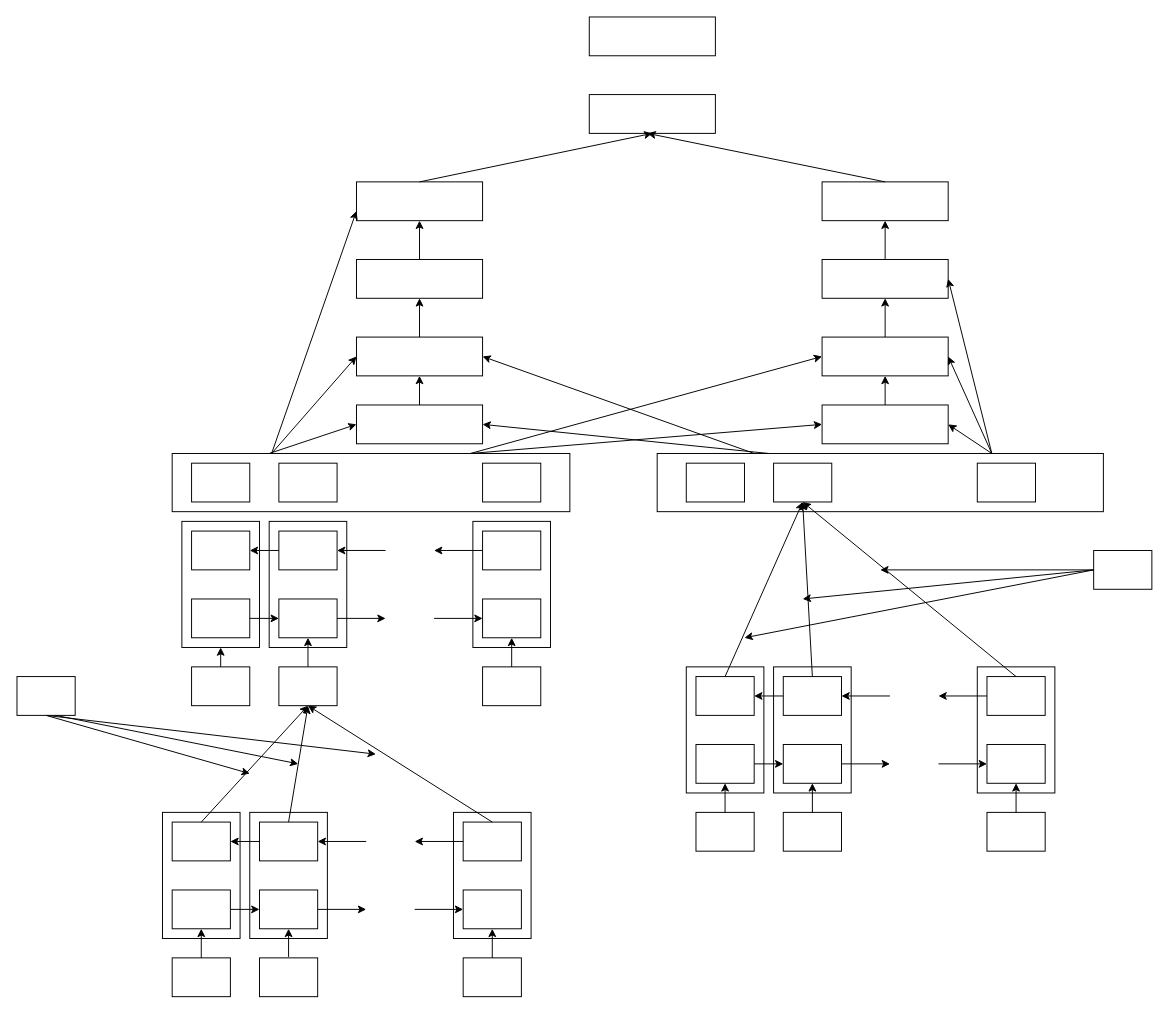
The draw.io diagram Untitled Diagram.drawio in Rwear/clean_data, before the edit. Source tidied: cells renumbered, new cells numbered last; positions are measured from the earlier drawing's top-left corner, leaving out a move shared by most shapes. Both pictures are drawn from the tidied source at 97%, with x=0, y=0 at pixel (16, 16).
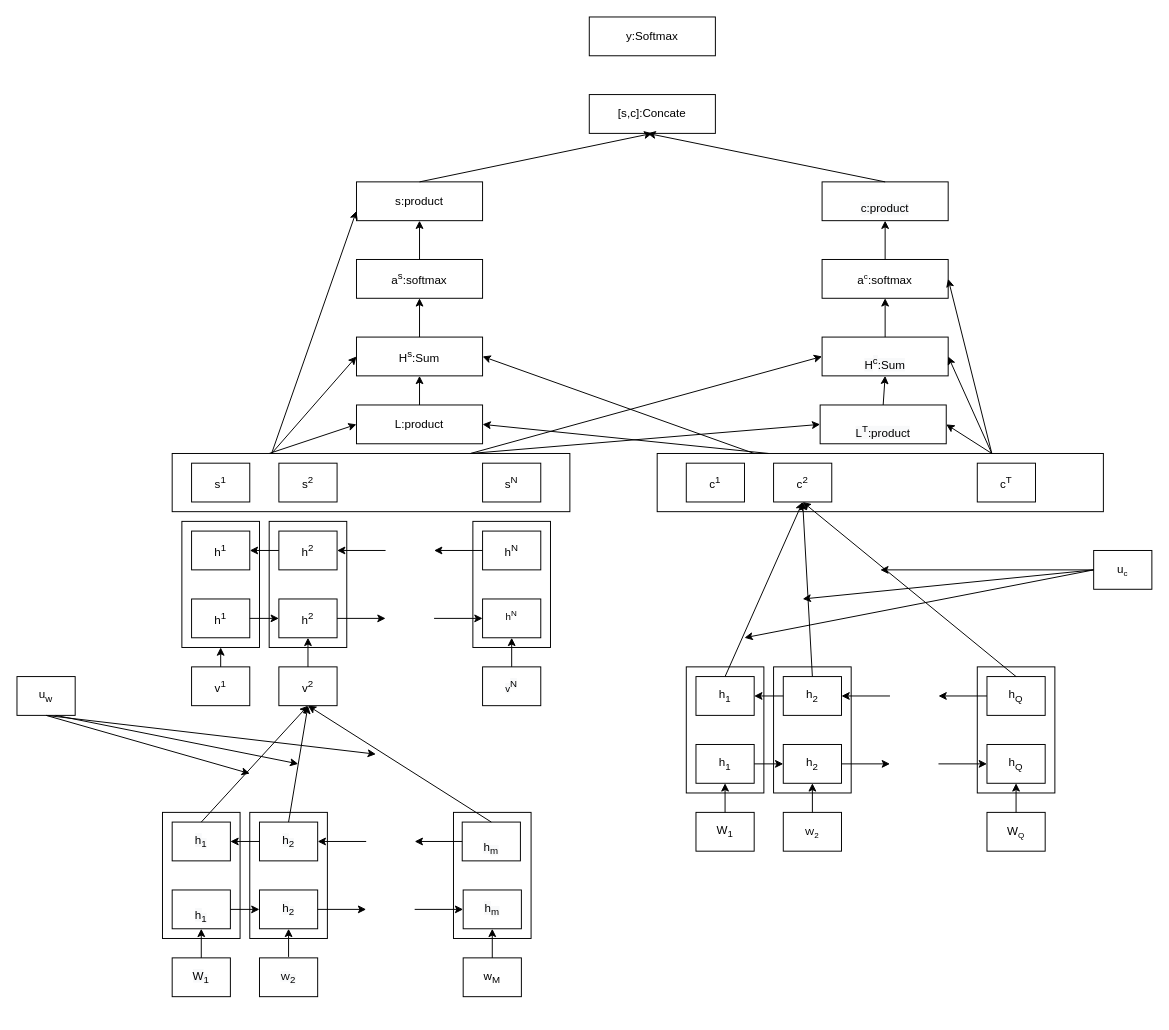
Above is the later version.

Diff of the diagram source:
```diff
@@
-    <mxCell id="7" style="rounded=0;whiteSpace=wrap;html=1;" parent="1" vertex="1">
+    <mxCell id="7" value="y:Softmax" style="rounded=0;whiteSpace=wrap;html=1;" parent="1" vertex="1">
       <mxGeometry x="590" width="130" height="40" as="geometry" />
     </mxCell>
-    <mxCell id="8" style="rounded=0;whiteSpace=wrap;html=1;" parent="1" vertex="1">
+    <mxCell id="8" value="[s,c]:Concate" style="rounded=0;whiteSpace=wrap;html=1;" parent="1" vertex="1">
       <mxGeometry x="590" y="80" width="130" height="40" as="geometry" />
     </mxCell>
-    <mxCell id="9" style="rounded=0;whiteSpace=wrap;html=1;" parent="1" vertex="1">
+    <mxCell id="9" value="s:product" style="rounded=0;whiteSpace=wrap;html=1;" parent="1" vertex="1">
       <mxGeometry x="350" y="170" width="130" height="40" as="geometry" />
     </mxCell>
@@
-    <mxCell id="11" style="rounded=0;whiteSpace=wrap;html=1;" parent="1" vertex="1">
+    <mxCell id="11" value="a&lt;sup&gt;s&lt;/sup&gt;:softmax" style="rounded=0;whiteSpace=wrap;html=1;" parent="1" vertex="1">
       <mxGeometry x="350" y="250" width="130" height="40" as="geometry" />
     </mxCell>
-    <mxCell id="12" style="rounded=0;whiteSpace=wrap;html=1;" parent="1" vertex="1">
+    <mxCell id="12" value="H&lt;sup&gt;s&lt;/sup&gt;:Sum" style="rounded=0;whiteSpace=wrap;html=1;" parent="1" vertex="1">
       <mxGeometry x="350" y="330" width="130" height="40" as="geometry" />
     </mxCell>
-    <mxCell id="13" style="rounded=0;whiteSpace=wrap;html=1;" parent="1" vertex="1">
+    <mxCell id="13" value="L:product" style="rounded=0;whiteSpace=wrap;html=1;" parent="1" vertex="1">
       <mxGeometry x="350" y="400" width="130" height="40" as="geometry" />
     </mxCell>
-    <mxCell id="14" style="rounded=0;whiteSpace=wrap;html=1;" parent="1" vertex="1">
+    <mxCell id="14" value="&lt;br&gt;&lt;span style=&quot;color: rgb(0 , 0 , 0) ; font-family: &amp;#34;helvetica&amp;#34; ; font-size: 12px ; font-style: normal ; font-weight: 400 ; letter-spacing: normal ; text-align: center ; text-indent: 0px ; text-transform: none ; word-spacing: 0px ; background-color: rgb(248 , 249 , 250) ; display: inline ; float: none&quot;&gt;c:product&lt;/span&gt;&lt;br&gt;" style="rounded=0;whiteSpace=wrap;html=1;" parent="1" vertex="1">
       <mxGeometry x="830" y="170" width="130" height="40" as="geometry" />
     </mxCell>
-    <mxCell id="15" style="rounded=0;whiteSpace=wrap;html=1;" parent="1" vertex="1">
+    <mxCell id="15" value="a&lt;span style=&quot;font-size: 10px&quot;&gt;&lt;sup&gt;c&lt;/sup&gt;&lt;/span&gt;:softmax" style="rounded=0;whiteSpace=wrap;html=1;" parent="1" vertex="1">
       <mxGeometry x="830" y="250" width="130" height="40" as="geometry" />
     </mxCell>
-    <mxCell id="16" style="rounded=0;whiteSpace=wrap;html=1;" parent="1" vertex="1">
+    <mxCell id="16" value="&lt;br&gt;&lt;span style=&quot;color: rgb(0 , 0 , 0) ; font-family: &amp;#34;helvetica&amp;#34; ; font-size: 12px ; font-style: normal ; font-weight: 400 ; letter-spacing: normal ; text-align: center ; text-indent: 0px ; text-transform: none ; word-spacing: 0px ; background-color: rgb(248 , 249 , 250) ; display: inline ; float: none&quot;&gt;H&lt;/span&gt;&lt;sup style=&quot;color: rgb(0 , 0 , 0) ; font-family: &amp;#34;helvetica&amp;#34; ; font-style: normal ; font-weight: 400 ; letter-spacing: normal ; text-align: center ; text-indent: 0px ; text-transform: none ; word-spacing: 0px ; background-color: rgb(248 , 249 , 250)&quot;&gt;c&lt;/sup&gt;&lt;span style=&quot;color: rgb(0 , 0 , 0) ; font-family: &amp;#34;helvetica&amp;#34; ; font-size: 12px ; font-style: normal ; font-weight: 400 ; letter-spacing: normal ; text-align: center ; text-indent: 0px ; text-transform: none ; word-spacing: 0px ; background-color: rgb(248 , 249 , 250) ; display: inline ; float: none&quot;&gt;:Sum&lt;/span&gt;&lt;br&gt;" style="rounded=0;whiteSpace=wrap;html=1;" parent="1" vertex="1">
       <mxGeometry x="830" y="330" width="130" height="40" as="geometry" />
     </mxCell>
-    <mxCell id="17" style="rounded=0;whiteSpace=wrap;html=1;" parent="1" vertex="1">
-      <mxGeometry x="830" y="400" width="130" height="40" as="geometry" />
+    <mxCell id="17" value="&lt;br&gt;&lt;span style=&quot;color: rgb(0 , 0 , 0) ; font-family: &amp;#34;helvetica&amp;#34; ; font-size: 12px ; font-style: normal ; font-weight: 400 ; letter-spacing: normal ; text-align: center ; text-indent: 0px ; text-transform: none ; word-spacing: 0px ; background-color: rgb(248 , 249 , 250) ; display: inline ; float: none&quot;&gt;L&lt;sup&gt;T&lt;/sup&gt;:product&lt;/span&gt;&lt;br&gt;" style="rounded=0;whiteSpace=wrap;html=1;" parent="1" vertex="1">
+      <mxGeometry x="828" y="400" width="130" height="40" as="geometry" />
     </mxCell>
@@
-    <mxCell id="19" style="rounded=0;whiteSpace=wrap;html=1;" parent="1" vertex="1">
+    <mxCell id="19" value="s&lt;sup&gt;1&lt;/sup&gt;" style="rounded=0;whiteSpace=wrap;html=1;" parent="1" vertex="1">
       <mxGeometry x="180" y="460" width="60" height="40" as="geometry" />
     </mxCell>
-    <mxCell id="20" style="rounded=0;whiteSpace=wrap;html=1;" parent="1" vertex="1">
+    <mxCell id="20" value="s&lt;sup&gt;2&lt;/sup&gt;" style="rounded=0;whiteSpace=wrap;html=1;" parent="1" vertex="1">
       <mxGeometry x="270" y="460" width="60" height="40" as="geometry" />
     </mxCell>
-    <mxCell id="21" style="rounded=0;whiteSpace=wrap;html=1;" parent="1" vertex="1">
+    <mxCell id="21" value="s&lt;sup&gt;N&lt;/sup&gt;" style="rounded=0;whiteSpace=wrap;html=1;" parent="1" vertex="1">
       <mxGeometry x="480" y="460" width="60" height="40" as="geometry" />
     </mxCell>
-    <mxCell id="22" style="rounded=0;whiteSpace=wrap;html=1;" parent="1" vertex="1">
+    <mxCell id="22" value="h&lt;sup&gt;1&lt;/sup&gt;" style="rounded=0;whiteSpace=wrap;html=1;" parent="1" vertex="1">
       <mxGeometry x="180" y="530" width="60" height="40" as="geometry" />
     </mxCell>
-    <mxCell id="23" style="rounded=0;whiteSpace=wrap;html=1;" parent="1" vertex="1">
+    <mxCell id="23" value="h&lt;sup&gt;2&lt;/sup&gt;" style="rounded=0;whiteSpace=wrap;html=1;" parent="1" vertex="1">
       <mxGeometry x="270" y="530" width="60" height="40" as="geometry" />
     </mxCell>
-    <mxCell id="24" style="rounded=0;whiteSpace=wrap;html=1;" parent="1" vertex="1">
+    <mxCell id="24" value="h&lt;sup&gt;N&lt;/sup&gt;" style="rounded=0;whiteSpace=wrap;html=1;" parent="1" vertex="1">
       <mxGeometry x="480" y="530" width="60" height="40" as="geometry" />
     </mxCell>
-    <mxCell id="25" style="rounded=0;whiteSpace=wrap;html=1;" parent="1" vertex="1">
+    <mxCell id="25" value="h&lt;sup&gt;1&lt;/sup&gt;" style="rounded=0;whiteSpace=wrap;html=1;" parent="1" vertex="1">
       <mxGeometry x="180" y="600" width="60" height="40" as="geometry" />
     </mxCell>
-    <mxCell id="26" style="rounded=0;whiteSpace=wrap;html=1;" parent="1" vertex="1">
+    <mxCell id="26" value="h&lt;sup&gt;2&lt;/sup&gt;" style="rounded=0;whiteSpace=wrap;html=1;" parent="1" vertex="1">
       <mxGeometry x="270" y="600" width="60" height="40" as="geometry" />
     </mxCell>
-    <mxCell id="27" style="rounded=0;whiteSpace=wrap;html=1;" parent="1" vertex="1">
+    <mxCell id="27" value="&lt;sup&gt;&lt;span style=&quot;font-size: 10px&quot;&gt;h&lt;sup&gt;N&lt;/sup&gt;&lt;/span&gt;&lt;/sup&gt;" style="rounded=0;whiteSpace=wrap;html=1;" parent="1" vertex="1">
       <mxGeometry x="480" y="600" width="60" height="40" as="geometry" />
     </mxCell>
-    <mxCell id="28" style="rounded=0;whiteSpace=wrap;html=1;" parent="1" vertex="1">
+    <mxCell id="28" value="v&lt;sup&gt;1&lt;/sup&gt;" style="rounded=0;whiteSpace=wrap;html=1;" parent="1" vertex="1">
       <mxGeometry x="180" y="670" width="60" height="40" as="geometry" />
     </mxCell>
-    <mxCell id="29" style="rounded=0;whiteSpace=wrap;html=1;" parent="1" vertex="1">
+    <mxCell id="29" value="v&lt;sup&gt;2&lt;/sup&gt;" style="rounded=0;whiteSpace=wrap;html=1;" parent="1" vertex="1">
       <mxGeometry x="270" y="670" width="60" height="40" as="geometry" />
     </mxCell>
-    <mxCell id="30" style="rounded=0;whiteSpace=wrap;html=1;" parent="1" vertex="1">
+    <mxCell id="30" value="&#10;&#10;&lt;span style=&quot;color: rgb(0, 0, 0); font-family: helvetica; font-size: 10px; font-style: normal; font-weight: 400; letter-spacing: normal; text-align: center; text-indent: 0px; text-transform: none; word-spacing: 0px; background-color: rgb(248, 249, 250); display: inline; float: none;&quot;&gt;v&lt;/span&gt;&lt;sup style=&quot;color: rgb(0, 0, 0); font-family: helvetica; font-style: normal; font-weight: 400; letter-spacing: normal; text-align: center; text-indent: 0px; text-transform: none; word-spacing: 0px; background-color: rgb(248, 249, 250);&quot;&gt;N&lt;/sup&gt;&#10;&#10;" style="rounded=0;whiteSpace=wrap;html=1;" parent="1" vertex="1">
       <mxGeometry x="480" y="670" width="60" height="40" as="geometry" />
     </mxCell>
-    <mxCell id="31" style="rounded=0;whiteSpace=wrap;html=1;" parent="1" vertex="1">
+    <mxCell id="31" value="c&lt;sup&gt;1&lt;/sup&gt;" style="rounded=0;whiteSpace=wrap;html=1;" parent="1" vertex="1">
       <mxGeometry x="690" y="460" width="60" height="40" as="geometry" />
     </mxCell>
-    <mxCell id="32" style="rounded=0;whiteSpace=wrap;html=1;" parent="1" vertex="1">
+    <mxCell id="32" value="c&lt;sup&gt;2&lt;/sup&gt;" style="rounded=0;whiteSpace=wrap;html=1;" parent="1" vertex="1">
       <mxGeometry x="780" y="460" width="60" height="40" as="geometry" />
     </mxCell>
-    <mxCell id="33" style="rounded=0;whiteSpace=wrap;html=1;" parent="1" vertex="1">
+    <mxCell id="33" value="c&lt;sup&gt;T&lt;/sup&gt;" style="rounded=0;whiteSpace=wrap;html=1;" parent="1" vertex="1">
       <mxGeometry x="990" y="460" width="60" height="40" as="geometry" />
     </mxCell>
-    <mxCell id="34" style="rounded=0;whiteSpace=wrap;html=1;" parent="1" vertex="1">
+    <mxCell id="34" value="u&lt;span style=&quot;font-size: 10px&quot;&gt;&lt;sub&gt;c&lt;/sub&gt;&lt;/span&gt;" style="rounded=0;whiteSpace=wrap;html=1;" parent="1" vertex="1">
       <mxGeometry x="1110" y="550" width="60" height="40" as="geometry" />
     </mxCell>
-    <mxCell id="35" style="rounded=0;whiteSpace=wrap;html=1;" parent="1" vertex="1">
+    <mxCell id="35" value="u&lt;sub&gt;w&lt;/sub&gt;" style="rounded=0;whiteSpace=wrap;html=1;" parent="1" vertex="1">
       <mxGeometry y="680" width="60" height="40" as="geometry" />
     </mxCell>
@@
-    <mxCell id="61" style="rounded=0;whiteSpace=wrap;html=1;" parent="1" vertex="1">
+    <mxCell id="61" value="&#10;&#10;&lt;span style=&quot;color: rgb(0, 0, 0); font-family: helvetica; font-size: 12px; font-style: normal; font-weight: 400; letter-spacing: normal; text-align: center; text-indent: 0px; text-transform: none; word-spacing: 0px; background-color: rgb(248, 249, 250); display: inline; float: none;&quot;&gt;h&lt;/span&gt;&lt;sub style=&quot;color: rgb(0, 0, 0); font-family: helvetica; font-style: normal; font-weight: 400; letter-spacing: normal; text-align: center; text-indent: 0px; text-transform: none; word-spacing: 0px; background-color: rgb(248, 249, 250);&quot;&gt;1&lt;/sub&gt;&#10;&#10;" style="rounded=0;whiteSpace=wrap;html=1;" parent="1" vertex="1">
       <mxGeometry x="160" y="830" width="60" height="40" as="geometry" />
     </mxCell>
-    <mxCell id="62" style="rounded=0;whiteSpace=wrap;html=1;" parent="1" vertex="1">
+    <mxCell id="62" value="&#10;&#10;&lt;span style=&quot;color: rgb(0, 0, 0); font-family: helvetica; font-size: 12px; font-style: normal; font-weight: 400; letter-spacing: normal; text-align: center; text-indent: 0px; text-transform: none; word-spacing: 0px; background-color: rgb(248, 249, 250); display: inline; float: none;&quot;&gt;h&lt;/span&gt;&lt;sub style=&quot;color: rgb(0, 0, 0); font-family: helvetica; font-style: normal; font-weight: 400; letter-spacing: normal; text-align: center; text-indent: 0px; text-transform: none; word-spacing: 0px; background-color: rgb(248, 249, 250);&quot;&gt;2&lt;/sub&gt;&#10;&#10;" style="rounded=0;whiteSpace=wrap;html=1;" parent="1" vertex="1">
       <mxGeometry x="250" y="830" width="60" height="40" as="geometry" />
     </mxCell>
-    <mxCell id="63" style="rounded=0;whiteSpace=wrap;html=1;" parent="1" vertex="1">
-      <mxGeometry x="460" y="830" width="60" height="40" as="geometry" />
+    <mxCell id="63" value="&lt;br&gt;&lt;span style=&quot;color: rgb(0 , 0 , 0) ; font-family: &amp;#34;helvetica&amp;#34; ; font-size: 12px ; font-style: normal ; font-weight: 400 ; letter-spacing: normal ; text-align: center ; text-indent: 0px ; text-transform: none ; word-spacing: 0px ; background-color: rgb(248 , 249 , 250) ; display: inline ; float: none&quot;&gt;h&lt;/span&gt;&lt;sub style=&quot;color: rgb(0 , 0 , 0) ; font-family: &amp;#34;helvetica&amp;#34; ; font-style: normal ; font-weight: 400 ; letter-spacing: normal ; text-align: center ; text-indent: 0px ; text-transform: none ; word-spacing: 0px ; background-color: rgb(248 , 249 , 250)&quot;&gt;m&lt;/sub&gt;&lt;br&gt;" style="rounded=0;whiteSpace=wrap;html=1;" parent="1" vertex="1">
+      <mxGeometry x="459" y="830" width="60" height="40" as="geometry" />
     </mxCell>
-    <mxCell id="64" style="rounded=0;whiteSpace=wrap;html=1;" parent="1" vertex="1">
+    <mxCell id="64" value="&lt;br&gt;&lt;br style=&quot;color: rgb(0 , 0 , 0) ; font-family: &amp;#34;helvetica&amp;#34; ; font-size: 12px ; font-style: normal ; font-weight: 400 ; letter-spacing: normal ; text-align: center ; text-indent: 0px ; text-transform: none ; word-spacing: 0px ; background-color: rgb(248 , 249 , 250)&quot;&gt;&lt;span style=&quot;color: rgb(0 , 0 , 0) ; font-size: 12px ; font-style: normal ; font-weight: 400 ; letter-spacing: normal ; text-align: center ; text-indent: 0px ; text-transform: none ; word-spacing: 0px ; font-family: &amp;#34;helvetica&amp;#34; ; background-color: rgb(248 , 249 , 250) ; display: inline ; float: none&quot;&gt;h&lt;/span&gt;&lt;sub style=&quot;color: rgb(0 , 0 , 0) ; font-style: normal ; font-weight: 400 ; letter-spacing: normal ; text-align: center ; text-indent: 0px ; text-transform: none ; word-spacing: 0px ; font-family: &amp;#34;helvetica&amp;#34; ; background-color: rgb(248 , 249 , 250)&quot;&gt;1&lt;/sub&gt;&lt;br style=&quot;color: rgb(0 , 0 , 0) ; font-family: &amp;#34;helvetica&amp;#34; ; font-size: 12px ; font-style: normal ; font-weight: 400 ; letter-spacing: normal ; text-align: center ; text-indent: 0px ; text-transform: none ; word-spacing: 0px ; background-color: rgb(248 , 249 , 250)&quot;&gt;&lt;br&gt;" style="rounded=0;whiteSpace=wrap;html=1;" parent="1" vertex="1">
       <mxGeometry x="160" y="900" width="60" height="40" as="geometry" />
     </mxCell>
-    <mxCell id="65" style="rounded=0;whiteSpace=wrap;html=1;" parent="1" vertex="1">
+    <mxCell id="65" value="&#10;&#10;&lt;span style=&quot;color: rgb(0, 0, 0); font-family: helvetica; font-size: 12px; font-style: normal; font-weight: 400; letter-spacing: normal; text-align: center; text-indent: 0px; text-transform: none; word-spacing: 0px; background-color: rgb(248, 249, 250); display: inline; float: none;&quot;&gt;h&lt;/span&gt;&lt;sub style=&quot;color: rgb(0, 0, 0); font-family: helvetica; font-style: normal; font-weight: 400; letter-spacing: normal; text-align: center; text-indent: 0px; text-transform: none; word-spacing: 0px; background-color: rgb(248, 249, 250);&quot;&gt;2&lt;/sub&gt;&#10;&#10;" style="rounded=0;whiteSpace=wrap;html=1;" parent="1" vertex="1">
       <mxGeometry x="250" y="900" width="60" height="40" as="geometry" />
     </mxCell>
-    <mxCell id="66" style="rounded=0;whiteSpace=wrap;html=1;" parent="1" vertex="1">
+    <mxCell id="66" value="&#10;&#10;&lt;span style=&quot;color: rgb(0, 0, 0); font-size: 12px; font-style: normal; font-weight: 400; letter-spacing: normal; text-align: center; text-indent: 0px; text-transform: none; word-spacing: 0px; font-family: helvetica; background-color: rgb(248, 249, 250); display: inline; float: none;&quot;&gt;h&lt;/span&gt;&lt;sub style=&quot;color: rgb(0, 0, 0); font-style: normal; font-weight: 400; letter-spacing: normal; text-align: center; text-indent: 0px; text-transform: none; word-spacing: 0px; font-family: helvetica; background-color: rgb(248, 249, 250);&quot;&gt;m&lt;/sub&gt;&#10;&#10;" style="rounded=0;whiteSpace=wrap;html=1;" parent="1" vertex="1">
       <mxGeometry x="460" y="900" width="60" height="40" as="geometry" />
     </mxCell>
-    <mxCell id="67" style="rounded=0;whiteSpace=wrap;html=1;" parent="1" vertex="1">
+    <mxCell id="67" value="&#10;&#10;&lt;span style=&quot;color: rgb(0, 0, 0); font-family: helvetica; font-size: 12px; font-style: normal; font-weight: 400; letter-spacing: normal; text-align: center; text-indent: 0px; text-transform: none; word-spacing: 0px; background-color: rgb(248, 249, 250); display: inline; float: none;&quot;&gt;W&lt;/span&gt;&lt;sub style=&quot;color: rgb(0, 0, 0); font-family: helvetica; font-style: normal; font-weight: 400; letter-spacing: normal; text-align: center; text-indent: 0px; text-transform: none; word-spacing: 0px; background-color: rgb(248, 249, 250);&quot;&gt;1&lt;/sub&gt;&#10;&#10;" style="rounded=0;whiteSpace=wrap;html=1;" parent="1" vertex="1">
       <mxGeometry x="160" y="970" width="60" height="40" as="geometry" />
     </mxCell>
-    <mxCell id="68" style="rounded=0;whiteSpace=wrap;html=1;" parent="1" vertex="1">
+    <mxCell id="68" value="&#10;&#10;&lt;span style=&quot;color: rgb(0, 0, 0); font-family: helvetica; font-size: 10px; font-style: normal; font-weight: 400; letter-spacing: normal; text-align: center; text-indent: 0px; text-transform: none; word-spacing: 0px; background-color: rgb(248, 249, 250); display: inline; float: none;&quot;&gt;W&lt;/span&gt;&lt;sub style=&quot;color: rgb(0, 0, 0); font-family: helvetica; font-style: normal; font-weight: 400; letter-spacing: normal; text-align: center; text-indent: 0px; text-transform: none; word-spacing: 0px; background-color: rgb(248, 249, 250);&quot;&gt;2&lt;/sub&gt;&#10;&#10;" style="rounded=0;whiteSpace=wrap;html=1;" parent="1" vertex="1">
       <mxGeometry x="250" y="970" width="60" height="40" as="geometry" />
     </mxCell>
-    <mxCell id="69" style="rounded=0;whiteSpace=wrap;html=1;" parent="1" vertex="1">
+    <mxCell id="69" value="w&lt;sub&gt;M&lt;/sub&gt;" style="rounded=0;whiteSpace=wrap;html=1;" parent="1" vertex="1">
       <mxGeometry x="460" y="970" width="60" height="40" as="geometry" />
     </mxCell>
@@
-    <mxCell id="79" style="rounded=0;whiteSpace=wrap;html=1;" parent="1" vertex="1">
+    <mxCell id="79" value="h&lt;sub&gt;1&lt;/sub&gt;" style="rounded=0;whiteSpace=wrap;html=1;" parent="1" vertex="1">
       <mxGeometry x="700" y="680" width="60" height="40" as="geometry" />
     </mxCell>
-    <mxCell id="80" style="rounded=0;whiteSpace=wrap;html=1;" parent="1" vertex="1">
+    <mxCell id="80" value="h&lt;sub&gt;2&lt;/sub&gt;" style="rounded=0;whiteSpace=wrap;html=1;" parent="1" vertex="1">
       <mxGeometry x="790" y="680" width="60" height="40" as="geometry" />
     </mxCell>
-    <mxCell id="81" style="rounded=0;whiteSpace=wrap;html=1;" parent="1" vertex="1">
+    <mxCell id="81" value="h&lt;sub&gt;Q&lt;/sub&gt;" style="rounded=0;whiteSpace=wrap;html=1;" parent="1" vertex="1">
       <mxGeometry x="1000" y="680" width="60" height="40" as="geometry" />
     </mxCell>
-    <mxCell id="82" style="rounded=0;whiteSpace=wrap;html=1;" parent="1" vertex="1">
+    <mxCell id="82" value="h&lt;sub&gt;1&lt;/sub&gt;" style="rounded=0;whiteSpace=wrap;html=1;" parent="1" vertex="1">
       <mxGeometry x="700" y="750" width="60" height="40" as="geometry" />
     </mxCell>
-    <mxCell id="83" style="rounded=0;whiteSpace=wrap;html=1;" parent="1" vertex="1">
+    <mxCell id="83" value="h&lt;sub&gt;2&lt;/sub&gt;" style="rounded=0;whiteSpace=wrap;html=1;" parent="1" vertex="1">
       <mxGeometry x="790" y="750" width="60" height="40" as="geometry" />
     </mxCell>
-    <mxCell id="84" style="rounded=0;whiteSpace=wrap;html=1;" parent="1" vertex="1">
+    <mxCell id="84" value="h&lt;sub&gt;Q&lt;/sub&gt;" style="rounded=0;whiteSpace=wrap;html=1;" parent="1" vertex="1">
       <mxGeometry x="1000" y="750" width="60" height="40" as="geometry" />
     </mxCell>
-    <mxCell id="85" style="rounded=0;whiteSpace=wrap;html=1;" parent="1" vertex="1">
+    <mxCell id="85" value="W&lt;sub&gt;1&lt;/sub&gt;" style="rounded=0;whiteSpace=wrap;html=1;" parent="1" vertex="1">
       <mxGeometry x="700" y="820" width="60" height="40" as="geometry" />
     </mxCell>
-    <mxCell id="86" style="rounded=0;whiteSpace=wrap;html=1;" parent="1" vertex="1">
+    <mxCell id="86" value="&lt;span style=&quot;font-size: 10px&quot;&gt;W&lt;sub&gt;2&lt;/sub&gt;&lt;/span&gt;" style="rounded=0;whiteSpace=wrap;html=1;" parent="1" vertex="1">
       <mxGeometry x="790" y="820" width="60" height="40" as="geometry" />
     </mxCell>
-    <mxCell id="87" style="rounded=0;whiteSpace=wrap;html=1;" parent="1" vertex="1">
+    <mxCell id="87" value="W&lt;span style=&quot;font-size: 10px&quot;&gt;&lt;sub&gt;Q&lt;/sub&gt;&lt;/span&gt;" style="rounded=0;whiteSpace=wrap;html=1;" parent="1" vertex="1">
       <mxGeometry x="1000" y="820" width="60" height="40" as="geometry" />
     </mxCell>
```
